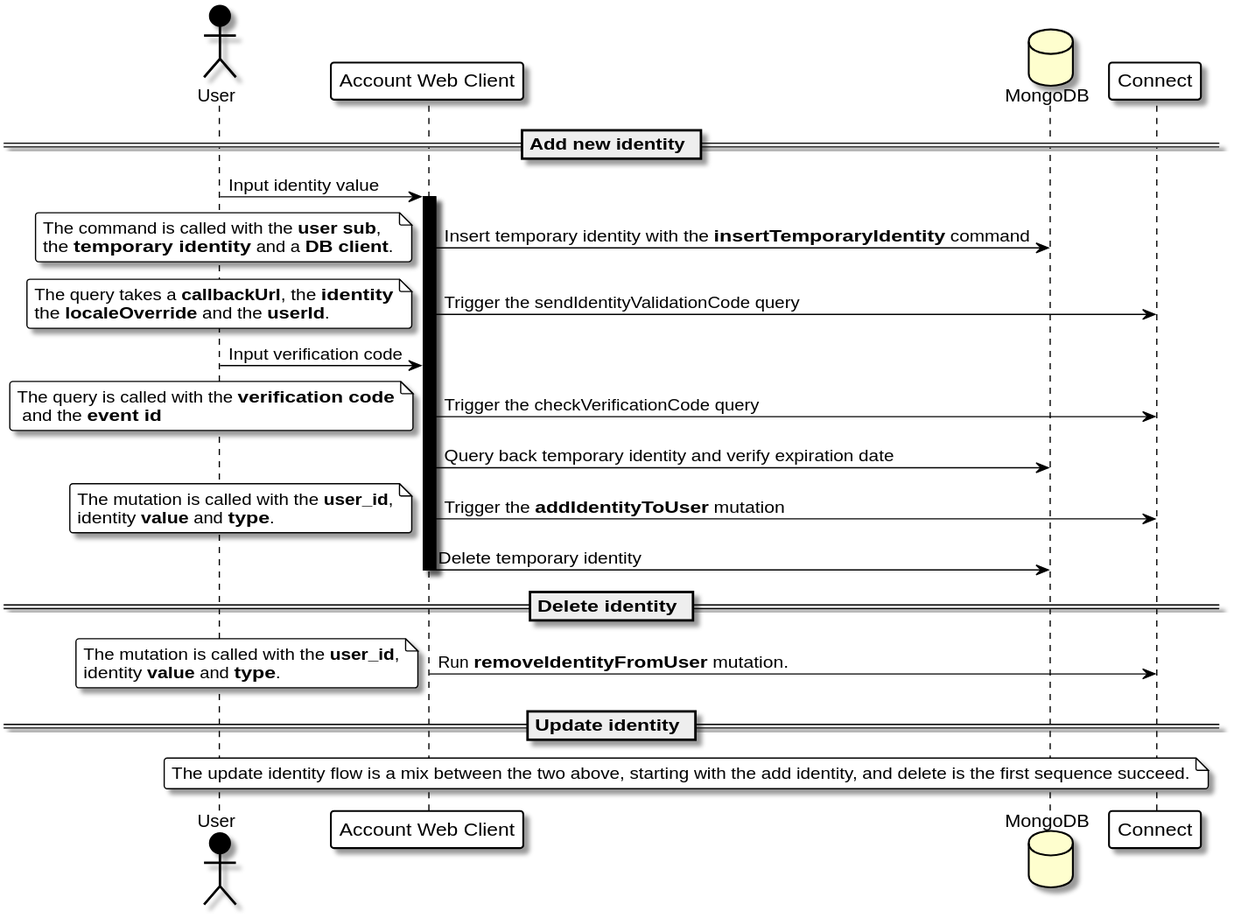
fewlinesco/connect-account keeps this PlantUML diagram as doc/identity-action-flow.svg. Above is the earlier version.
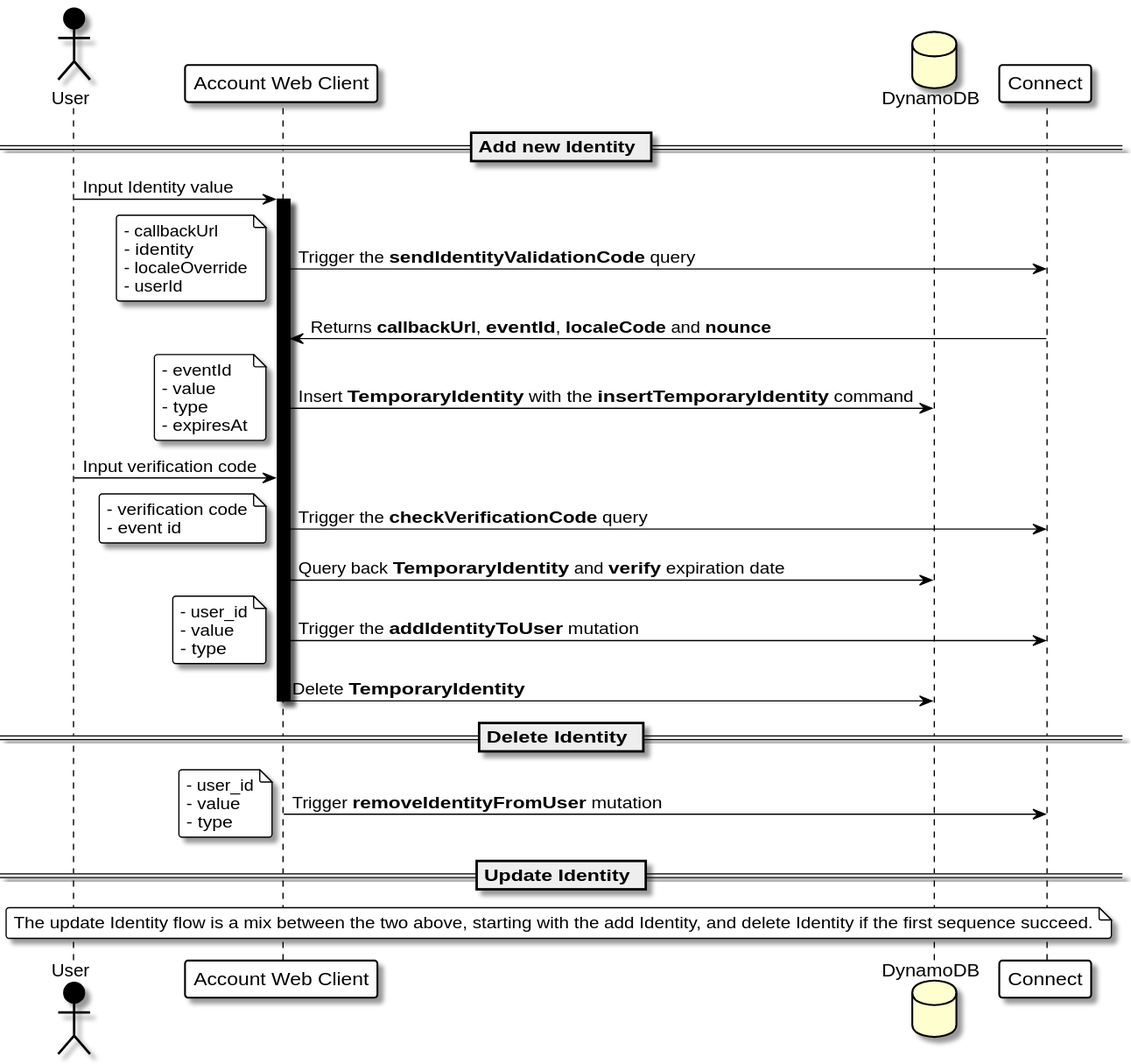
The same diagram one commit later.

The edit, as a diff of the source:
```diff
@@ -16,56 +16,63 @@
 	ActorBackgroundColor #000
 	ActorFontColor #000
 
-        NoteBorderColor #000
+  NoteBorderColor #000
 }
 
 skinparam roundcorner 5
 
 actor User                         as user
 participant "Account Web Client"   as account
-database MongoDB                   as mongo
+database DynamoDB                   as dynamo
 participant "Connect"              as connect
 
-== Add new identity ==
+== Add new Identity ==
 
-user -> account : Input identity value
+user -> account : Input Identity value
 activate account
-account -> mongo : Insert temporary identity with the **insertTemporaryIdentity** command
+account -> connect : Trigger the **sendIdentityValidationCode** query
 note left
-The command is called with the **user sub**,
-the **temporary identity** and a **DB client**.
+- callbackUrl
+- identity
+- localeOverride
+- userId
 end note
-account -> connect : Trigger the sendIdentityValidationCode query
+connect -> account : Returns **callbackUrl**, **eventId**, **localeCode** and **nounce**
+account -> dynamo : Insert **TemporaryIdentity** with the **insertTemporaryIdentity** command
 note left
-The query takes a **callbackUrl**, the **identity**
-the **localeOverride** and the **userId**.
+- eventId
+- value
+- type
+- expiresAt
 end note
 user -> account : Input verification code
-account -> connect : Trigger the checkVerificationCode query
+account -> connect : Trigger the **checkVerificationCode** query
 note left
-The query is called with the **verification code**
- and the **event id**
+- verification code
+- event id
 end note
-account -> mongo : Query back temporary identity and verify expiration date
+account -> dynamo : Query back **TemporaryIdentity** and **verify** expiration date
 account -> connect : Trigger the **addIdentityToUser** mutation
 note left
-The mutation is called with the **user_id**,
-identity **value** and **type**.
+- user_id
+- value
+- type
 end note
-account -> mongo : Delete temporary identity
+account -> dynamo : Delete **TemporaryIdentity**
 deactivate account
 
-== Delete identity ==
+== Delete Identity ==
 
-account -> connect : Run **removeIdentityFromUser** mutation.
+account -> connect : Trigger **removeIdentityFromUser** mutation
 note left
-The mutation is called with the **user_id**,
-identity **value** and **type**.
+- user_id
+- value
+- type
 end note
 
-== Update identity ==
+== Update Identity ==
 
 note over user, connect
-The update identity flow is a mix between the two above, starting with the add identity, and delete is the first sequence succeed.
+The update Identity flow is a mix between the two above, starting with the add Identity, and delete Identity if the first sequence succeed.
 end note
 @enduml
```
